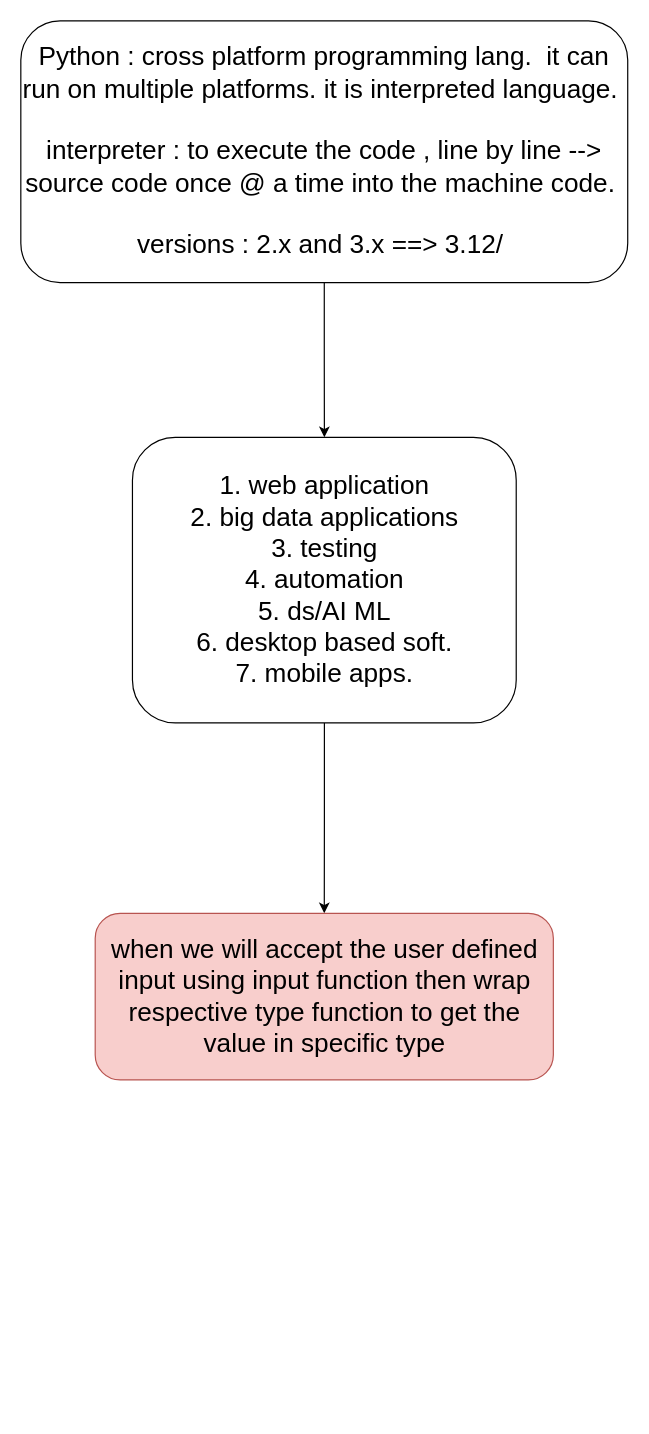
Before: Untitled Diagram.drawio in abhinandanchivate/eyPythonoct2023, a draw.io diagram. Source tidied: cells renumbered, new cells numbered last; positions are measured from the earlier drawing's top-left corner, leaving out a move shared by most shapes. Both pictures are drawn from the tidied source at 119%, with x=0, y=0 at pixel (20, 20).
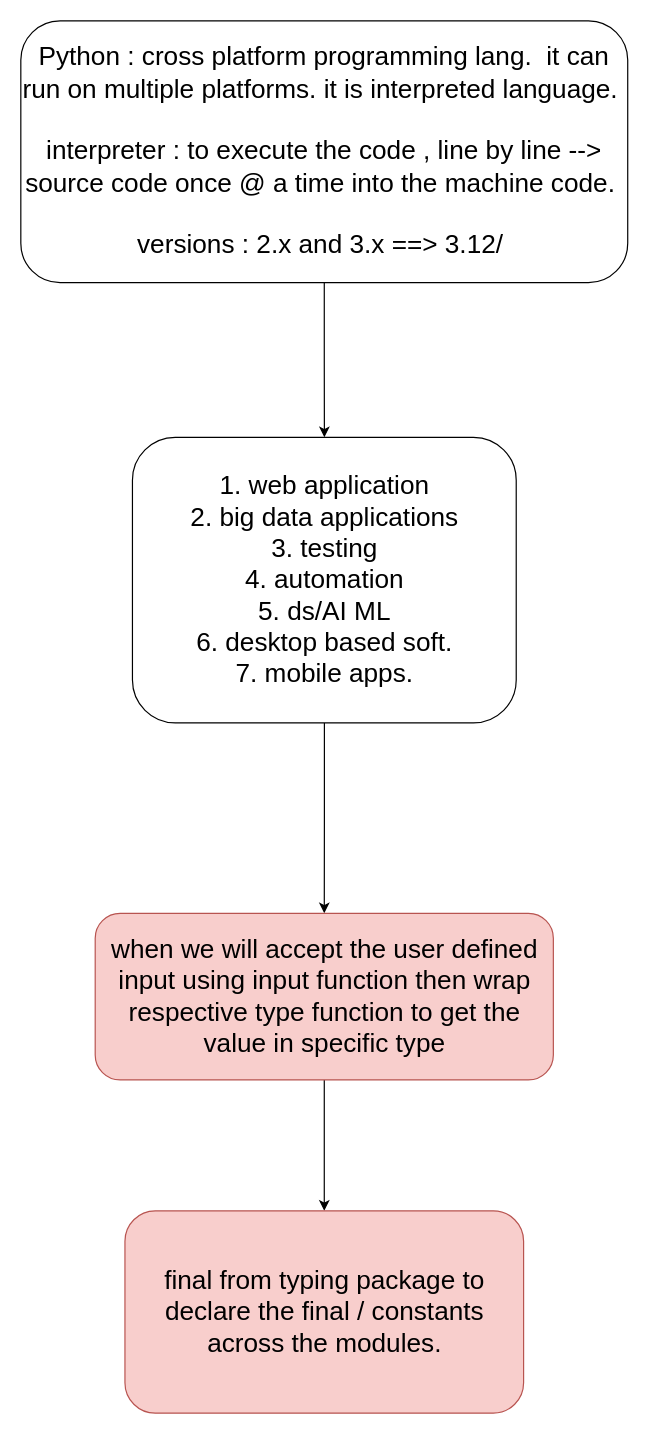
The same diagram, later.

The edit, as a diff of the source:
```diff
@@
 <mxGraphModel>
   <root>
     <mxCell id="0" />
     <mxCell id="1" parent="0" />
     <mxCell id="2" style="edgeStyle=orthogonalEdgeStyle;rounded=0;jettySize=auto;html=1;" parent="1" edge="1" source="3" target="5">
       <mxGeometry relative="1" as="geometry" />
     </mxCell>
     <mxCell id="3" value="Python : cross platform programming lang.&amp;nbsp; it can run on multiple platforms. it is interpreted language.&amp;nbsp;&lt;br&gt;&lt;br&gt;interpreter : to execute the code , line by line --&amp;gt; source code once @ a time into the machine code.&amp;nbsp;&lt;br&gt;&lt;br&gt;versions : 2.x and 3.x ==&amp;gt; 3.12/&amp;nbsp;" style="rounded=1;whiteSpace=wrap;html=1;fontSize=22;" parent="1" vertex="1">
       <mxGeometry width="510" height="220" as="geometry" />
     </mxCell>
     <mxCell id="4" style="edgeStyle=orthogonalEdgeStyle;rounded=0;jettySize=auto;html=1;" parent="1" edge="1" source="5" target="6">
       <mxGeometry relative="1" as="geometry" />
     </mxCell>
     <mxCell id="5" value="1. web application&lt;br&gt;2. big data applications&lt;br&gt;3. testing&lt;br&gt;4. automation&lt;br&gt;5. ds/AI ML&lt;br&gt;6. desktop based soft.&lt;br&gt;7. mobile apps." style="whiteSpace=wrap;html=1;fontSize=22;rounded=1;" parent="1" vertex="1">
       <mxGeometry x="93.8" y="350" width="322.5" height="240" as="geometry" />
     </mxCell>
+    <mxCell id="7" style="edgeStyle=orthogonalEdgeStyle;rounded=0;jettySize=auto;html=1;" parent="1" edge="1" source="6" target="8">
+      <mxGeometry relative="1" as="geometry" />
+    </mxCell>
     <mxCell id="6" value="when we will accept the user defined input using input function then wrap respective type function to get the value in specific type" style="whiteSpace=wrap;html=1;fontSize=22;rounded=1;fillColor=#f8cecc;strokeColor=#b85450;" parent="1" vertex="1">
       <mxGeometry x="62.5" y="750" width="385" height="140" as="geometry" />
     </mxCell>
+    <mxCell id="8" value="final from typing package to declare the final / constants across the modules." style="whiteSpace=wrap;html=1;fontSize=22;fillColor=#f8cecc;strokeColor=#b85450;rounded=1;" parent="1" vertex="1">
+      <mxGeometry x="87.5" y="1000" width="335" height="170" as="geometry" />
+    </mxCell>
   </root>
 </mxGraphModel>
```
